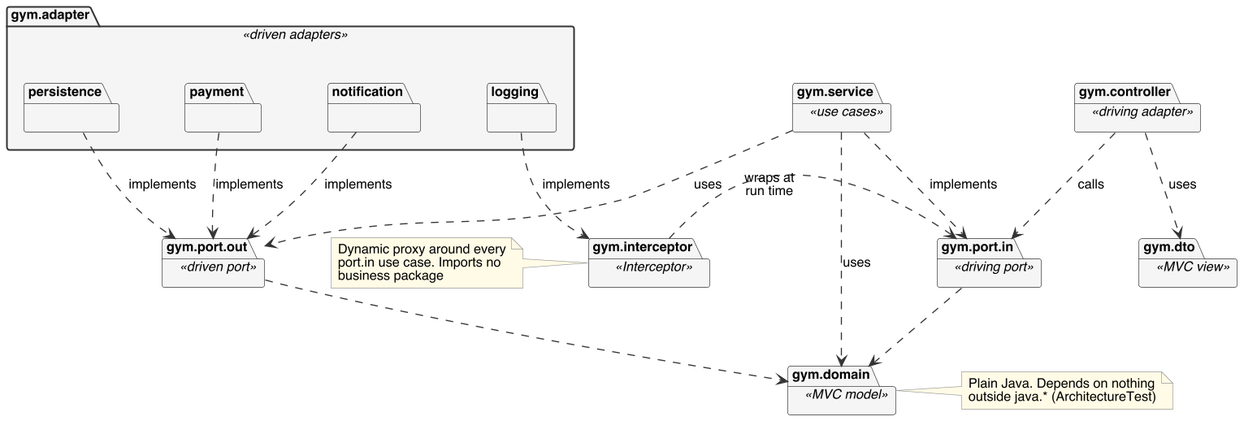
The PlantUML diagram report/architecture/package-diagram.png in CS6451-Advanced-Software-Design/Gym-Membership, before a commit.
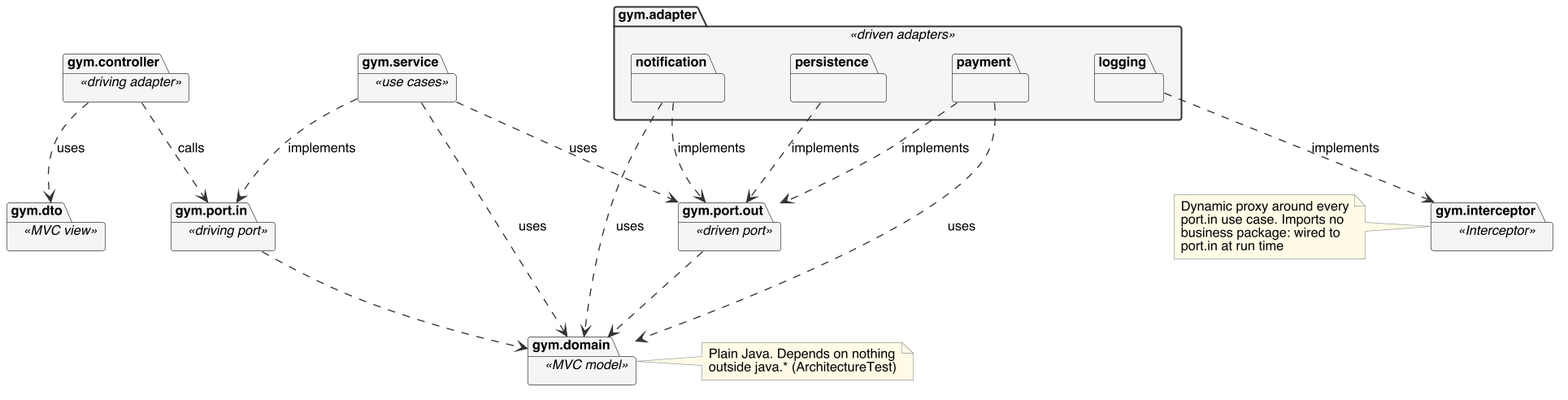
Above is the later version.

Commit message:
docs: draw the adapters' domain imports and drop the interceptor arrow the code does not have

payment and notification import Money and Notification, so they depend on gym.domain. gym.interceptor imports no business package (ArchitectureTest enforces it), so the run-time wiring to port.in is a note, not a dependency.

Change to the diagram source:
```diff
@@ -1,5 +1,5 @@
 @startuml
-!include common.iuml
+!include ../common.iuml
 set separator none
 skinparam packageStyle folder
 skinparam package {
@@ -36,7 +36,6 @@
 
 gym.controller ..> gym.dto : uses
 gym.controller ..> gym.port.in : calls
-gym.interceptor .> gym.port.in : wraps at\nrun time
 gym.service ..> gym.port.in : implements
 gym.service ..> gym.port.out : uses
 gym.service ..> gym.domain : uses
@@ -45,6 +44,8 @@
 persistence ..> gym.port.out : implements
 payment ..> gym.port.out : implements
 notification ..> gym.port.out : implements
+payment ..> gym.domain : uses
+notification ..> gym.domain : uses
 logging ..> gym.interceptor : implements
 
 note right of gym.domain
@@ -54,6 +55,7 @@
 note left of gym.interceptor
   Dynamic proxy around every
   port.in use case. Imports no
-  business package
+  business package: wired to
+  port.in at run time
 end note
 @enduml
```
